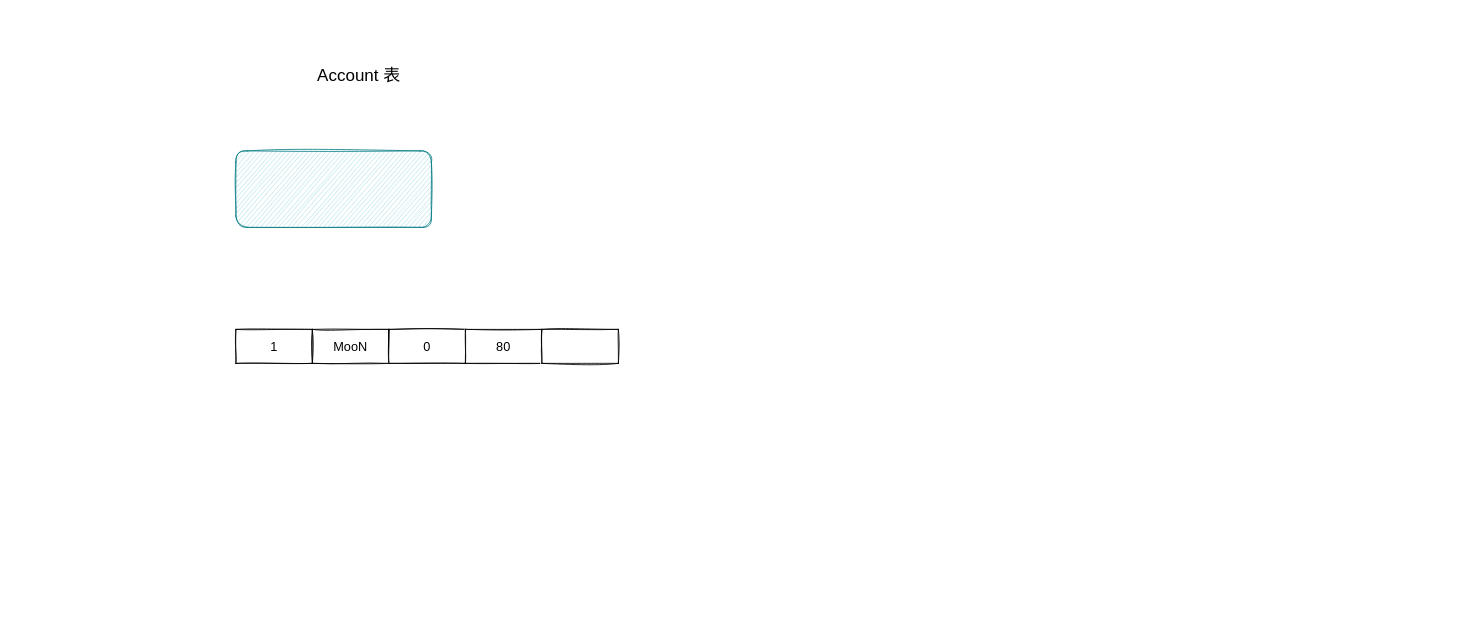
Before: resources/attachments/MySQL/流程图-MVCC多版本并发控制.drawio in MooNkirA/code-learning-note, a draw.io diagram. Source tidied: cells renumbered, new cells numbered last; positions are measured from the earlier drawing's top-left corner, leaving out a move shared by most shapes. Both pictures are drawn from the tidied source at 85%, with x=0, y=0 at pixel (235, 48).
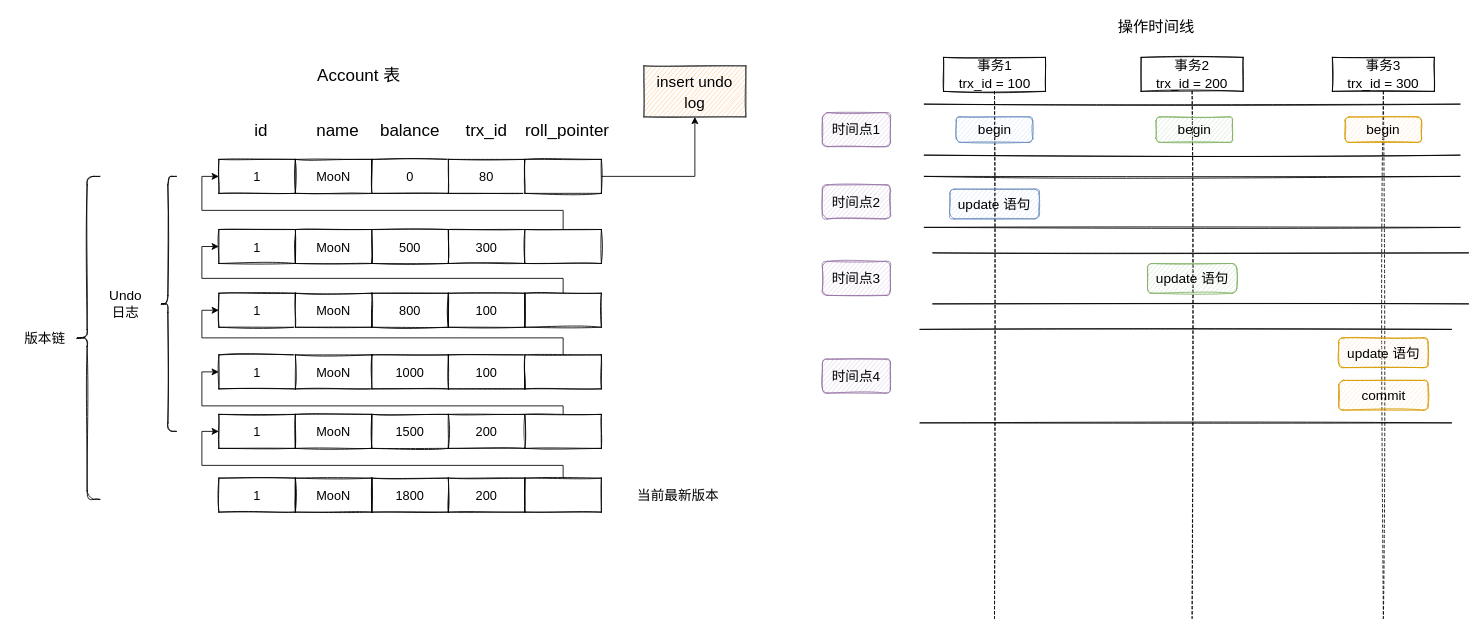
Above is the later version.

Commit message (it also covers changes not shown here):
update: mysql mvcc 原理笔记与流程图

Unchanged cells that the change refers to:
```xml
<mxCell id="5" value="1" style="rounded=0;whiteSpace=wrap;html=1;sketch=1;fillStyle=auto;fontSize=15;gradientColor=none;" parent="4" vertex="1">
  <mxGeometry width="90" height="40" as="geometry" />
</mxCell>
<mxCell id="9" style="rounded=0;whiteSpace=wrap;html=1;sketch=1;fillStyle=auto;fontSize=15;gradientColor=none;" parent="4" vertex="1">
  <mxGeometry x="360" width="90" height="40" as="geometry" />
</mxCell>
```

The edit, as a diff of the source:
```diff
@@
-    <mxCell id="2" style="rounded=1;whiteSpace=wrap;html=1;fillStyle=auto;sketch=1;fillColor=#b0e3e6;strokeColor=#0e8088;" parent="1" vertex="1">
-      <mxGeometry y="120" width="230" height="90" as="geometry" />
-    </mxCell>
+    <mxCell id="10" style="shape=partialRectangle;whiteSpace=wrap;html=1;left=0;right=0;fillColor=none;sketch=1;fontSize=16;" parent="1" vertex="1">
+      <mxGeometry x="820" y="240" width="630" height="60" as="geometry" />
+    </mxCell>
+    <mxCell id="11" style="shape=partialRectangle;whiteSpace=wrap;html=1;left=0;right=0;fillColor=none;sketch=1;fontSize=16;" parent="1" vertex="1">
+      <mxGeometry x="805" y="330" width="625" height="110" as="geometry" />
+    </mxCell>
+    <mxCell id="12" style="shape=partialRectangle;whiteSpace=wrap;html=1;left=0;right=0;fillColor=none;sketch=1;fontSize=16;" parent="1" vertex="1">
+      <mxGeometry x="810" y="65" width="630" height="60" as="geometry" />
+    </mxCell>
@@
-    <mxCell id="4" style="group;" parent="1" vertex="1">
-      <mxGeometry y="330" width="450" height="40" as="geometry" />
+    <mxCell id="4" style="group;sketch=1;" parent="1" vertex="1">
+      <mxGeometry x="-20" y="130" width="450" height="40" as="geometry" />
     </mxCell>
@@
+    <mxCell id="13" value="&lt;font style=&quot;font-size: 20px;&quot;&gt;id&lt;/font&gt;" style="text;html=1;strokeColor=none;fillColor=none;align=center;verticalAlign=middle;whiteSpace=wrap;rounded=0;sketch=1;" parent="1" vertex="1">
+      <mxGeometry y="80" width="60" height="30" as="geometry" />
+    </mxCell>
+    <mxCell id="14" value="&lt;font style=&quot;font-size: 20px;&quot;&gt;name&lt;/font&gt;" style="text;html=1;strokeColor=none;fillColor=none;align=center;verticalAlign=middle;whiteSpace=wrap;rounded=0;sketch=1;" parent="1" vertex="1">
+      <mxGeometry x="90" y="80" width="60" height="30" as="geometry" />
+    </mxCell>
+    <mxCell id="15" value="&lt;font style=&quot;font-size: 20px;&quot;&gt;balance&lt;/font&gt;" style="text;html=1;strokeColor=none;fillColor=none;align=center;verticalAlign=middle;whiteSpace=wrap;rounded=0;sketch=1;" parent="1" vertex="1">
+      <mxGeometry x="175" y="80" width="60" height="30" as="geometry" />
+    </mxCell>
+    <mxCell id="16" value="&lt;font style=&quot;font-size: 20px;&quot;&gt;trx_id&lt;/font&gt;" style="text;html=1;strokeColor=none;fillColor=none;align=center;verticalAlign=middle;whiteSpace=wrap;rounded=0;sketch=1;" parent="1" vertex="1">
+      <mxGeometry x="265" y="80" width="60" height="30" as="geometry" />
+    </mxCell>
+    <mxCell id="17" value="&lt;font style=&quot;font-size: 20px;&quot;&gt;roll_pointer&lt;/font&gt;" style="text;html=1;strokeColor=none;fillColor=none;align=center;verticalAlign=middle;whiteSpace=wrap;rounded=0;sketch=1;" parent="1" vertex="1">
+      <mxGeometry x="325" y="80" width="130" height="30" as="geometry" />
+    </mxCell>
+    <mxCell id="18" style="edgeStyle=orthogonalEdgeStyle;rounded=0;jettySize=auto;html=1;exitX=1;exitY=0.5;exitDx=0;exitDy=0;fontSize=20;" parent="1" edge="1" source="9" target="19">
+      <mxGeometry relative="1" as="geometry" />
+    </mxCell>
+    <mxCell id="19" value="&lt;font style=&quot;font-size: 18px;&quot;&gt;insert undo log&lt;/font&gt;" style="rounded=0;whiteSpace=wrap;html=1;sketch=1;fontSize=20;fillColor=#ffcc99;strokeColor=#36393d;" parent="1" vertex="1">
+      <mxGeometry x="480" y="20" width="120" height="60" as="geometry" />
+    </mxCell>
+    <mxCell id="20" value="操作时间线" style="text;html=1;strokeColor=none;fillColor=none;align=center;verticalAlign=middle;whiteSpace=wrap;rounded=0;sketch=1;fontSize=18;" parent="1" vertex="1">
+      <mxGeometry x="952.5" y="-40" width="260" height="30" as="geometry" />
+    </mxCell>
+    <mxCell id="21" value="&lt;font style=&quot;font-size: 16px;&quot;&gt;事务1&lt;br&gt;trx_id = 100&lt;/font&gt;" style="shape=umlLifeline;perimeter=lifelinePerimeter;whiteSpace=wrap;html=1;sketch=1;fontSize=18;" parent="1" vertex="1">
+      <mxGeometry x="832.5" y="10" width="120" height="660" as="geometry" />
+    </mxCell>
+    <mxCell id="22" value="begin" style="rounded=1;whiteSpace=wrap;html=1;sketch=1;fontSize=16;fillColor=#dae8fc;strokeColor=#6c8ebf;" parent="21" vertex="1">
+      <mxGeometry x="15" y="70" width="90" height="30" as="geometry" />
+    </mxCell>
+    <mxCell id="23" value="&lt;font style=&quot;font-size: 16px;&quot;&gt;事务2&lt;br&gt;trx_id = 200&lt;/font&gt;" style="shape=umlLifeline;perimeter=lifelinePerimeter;whiteSpace=wrap;html=1;sketch=1;fontSize=18;" parent="1" vertex="1">
+      <mxGeometry x="1065" y="10" width="120" height="660" as="geometry" />
+    </mxCell>
+    <mxCell id="24" value="begin" style="rounded=1;whiteSpace=wrap;html=1;sketch=1;fontSize=16;fillColor=#d5e8d4;strokeColor=#82b366;" parent="23" vertex="1">
+      <mxGeometry x="17.5" y="70" width="90" height="30" as="geometry" />
+    </mxCell>
+    <mxCell id="25" value="&lt;font style=&quot;font-size: 16px;&quot;&gt;事务3&lt;br&gt;trx_id = 300&lt;/font&gt;" style="shape=umlLifeline;perimeter=lifelinePerimeter;whiteSpace=wrap;html=1;sketch=1;fontSize=18;" parent="1" vertex="1">
+      <mxGeometry x="1290" y="10" width="120" height="660" as="geometry" />
+    </mxCell>
+    <mxCell id="26" value="begin" style="rounded=1;whiteSpace=wrap;html=1;sketch=1;fontSize=16;fillColor=#ffe6cc;strokeColor=#d79b00;" parent="25" vertex="1">
+      <mxGeometry x="15" y="70" width="90" height="30" as="geometry" />
+    </mxCell>
+    <mxCell id="27" value="commit" style="rounded=1;whiteSpace=wrap;html=1;sketch=1;fontSize=16;fillColor=#ffe6cc;strokeColor=#d79b00;" parent="25" vertex="1">
+      <mxGeometry x="7.5" y="380" width="105" height="35" as="geometry" />
+    </mxCell>
+    <mxCell id="28" value="update 语句" style="rounded=1;whiteSpace=wrap;html=1;sketch=1;fontSize=16;fillColor=#ffe6cc;strokeColor=#d79b00;" parent="25" vertex="1">
+      <mxGeometry x="7.5" y="330" width="105" height="35" as="geometry" />
+    </mxCell>
+    <mxCell id="29" value="时间点1" style="rounded=1;whiteSpace=wrap;html=1;sketch=1;fontSize=16;fillColor=#e1d5e7;strokeColor=#9673a6;" parent="1" vertex="1">
+      <mxGeometry x="690" y="75" width="80" height="40" as="geometry" />
+    </mxCell>
+    <mxCell id="30" value="时间点2" style="rounded=1;whiteSpace=wrap;html=1;sketch=1;fontSize=16;fillColor=#e1d5e7;strokeColor=#9673a6;" parent="1" vertex="1">
+      <mxGeometry x="690" y="160" width="80" height="40" as="geometry" />
+    </mxCell>
+    <mxCell id="31" style="shape=partialRectangle;whiteSpace=wrap;html=1;left=0;right=0;fillColor=none;sketch=1;fontSize=16;" parent="1" vertex="1">
+      <mxGeometry x="810" y="150" width="630" height="60" as="geometry" />
+    </mxCell>
+    <mxCell id="32" value="update 语句" style="rounded=1;whiteSpace=wrap;html=1;sketch=1;fontSize=16;fillColor=#dae8fc;strokeColor=#6c8ebf;" parent="1" vertex="1">
+      <mxGeometry x="840" y="165" width="105" height="35" as="geometry" />
+    </mxCell>
+    <mxCell id="33" value="update 语句" style="rounded=1;whiteSpace=wrap;html=1;sketch=1;fontSize=16;fillColor=#d5e8d4;strokeColor=#82b366;" parent="1" vertex="1">
+      <mxGeometry x="1072.5" y="252.5" width="105" height="35" as="geometry" />
+    </mxCell>
+    <mxCell id="34" value="时间点3" style="rounded=1;whiteSpace=wrap;html=1;sketch=1;fontSize=16;fillColor=#e1d5e7;strokeColor=#9673a6;" parent="1" vertex="1">
+      <mxGeometry x="690" y="250" width="80" height="40" as="geometry" />
+    </mxCell>
+    <mxCell id="35" value="时间点4" style="rounded=1;whiteSpace=wrap;html=1;sketch=1;fontSize=16;fillColor=#e1d5e7;strokeColor=#9673a6;" parent="1" vertex="1">
+      <mxGeometry x="690" y="365" width="80" height="40" as="geometry" />
+    </mxCell>
+    <mxCell id="36" style="group;sketch=1;" parent="1" vertex="1">
+      <mxGeometry x="-20" y="212.5" width="450" height="40" as="geometry" />
+    </mxCell>
+    <mxCell id="37" value="1" style="rounded=0;whiteSpace=wrap;html=1;sketch=1;fillStyle=auto;fontSize=15;gradientColor=none;" parent="36" vertex="1">
+      <mxGeometry width="90" height="40" as="geometry" />
+    </mxCell>
+    <mxCell id="38" value="MooN" style="rounded=0;whiteSpace=wrap;html=1;sketch=1;fillStyle=auto;fontSize=15;gradientColor=none;" parent="36" vertex="1">
+      <mxGeometry x="90" width="90" height="40" as="geometry" />
+    </mxCell>
+    <mxCell id="39" value="500" style="rounded=0;whiteSpace=wrap;html=1;sketch=1;fillStyle=auto;fontSize=15;gradientColor=none;" parent="36" vertex="1">
+      <mxGeometry x="180" width="90" height="40" as="geometry" />
+    </mxCell>
+    <mxCell id="40" value="300" style="rounded=0;whiteSpace=wrap;html=1;sketch=1;fillStyle=auto;fontSize=15;gradientColor=none;" parent="36" vertex="1">
+      <mxGeometry x="270" width="90" height="40" as="geometry" />
+    </mxCell>
+    <mxCell id="41" style="rounded=0;whiteSpace=wrap;html=1;sketch=1;fillStyle=auto;fontSize=15;gradientColor=none;" parent="36" vertex="1">
+      <mxGeometry x="360" width="90" height="40" as="geometry" />
+    </mxCell>
+    <mxCell id="42" style="edgeStyle=orthogonalEdgeStyle;rounded=0;jettySize=auto;html=1;entryX=0;entryY=0.5;entryDx=0;entryDy=0;fontSize=16;" parent="1" edge="1" source="41" target="5">
+      <mxGeometry relative="1" as="geometry">
+        <Array as="points">
+          <mxPoint x="385" y="190" />
+          <mxPoint x="-40" y="190" />
+          <mxPoint x="-40" y="150" />
+        </Array>
+      </mxGeometry>
+    </mxCell>
+    <mxCell id="43" style="group;sketch=1;" parent="1" vertex="1">
+      <mxGeometry x="-20" y="287.5" width="450" height="40" as="geometry" />
+    </mxCell>
+    <mxCell id="44" value="1" style="rounded=0;whiteSpace=wrap;html=1;sketch=1;fillStyle=auto;fontSize=15;gradientColor=none;" parent="43" vertex="1">
+      <mxGeometry width="90" height="40" as="geometry" />
+    </mxCell>
+    <mxCell id="45" value="MooN" style="rounded=0;whiteSpace=wrap;html=1;sketch=1;fillStyle=auto;fontSize=15;gradientColor=none;" parent="43" vertex="1">
+      <mxGeometry x="90" width="90" height="40" as="geometry" />
+    </mxCell>
+    <mxCell id="46" value="800" style="rounded=0;whiteSpace=wrap;html=1;sketch=1;fillStyle=auto;fontSize=15;gradientColor=none;" parent="43" vertex="1">
+      <mxGeometry x="180" width="90" height="40" as="geometry" />
+    </mxCell>
+    <mxCell id="47" value="100" style="rounded=0;whiteSpace=wrap;html=1;sketch=1;fillStyle=auto;fontSize=15;gradientColor=none;" parent="43" vertex="1">
+      <mxGeometry x="270" width="90" height="40" as="geometry" />
+    </mxCell>
+    <mxCell id="48" style="rounded=0;whiteSpace=wrap;html=1;sketch=1;fillStyle=auto;fontSize=15;gradientColor=none;" parent="43" vertex="1">
+      <mxGeometry x="360" width="90" height="40" as="geometry" />
+    </mxCell>
+    <mxCell id="49" style="group;sketch=1;" parent="1" vertex="1">
+      <mxGeometry x="-20" y="360" width="450" height="40" as="geometry" />
+    </mxCell>
+    <mxCell id="50" value="1" style="rounded=0;whiteSpace=wrap;html=1;sketch=1;fillStyle=auto;fontSize=15;gradientColor=none;" parent="49" vertex="1">
+      <mxGeometry width="90" height="40" as="geometry" />
+    </mxCell>
+    <mxCell id="51" value="MooN" style="rounded=0;whiteSpace=wrap;html=1;sketch=1;fillStyle=auto;fontSize=15;gradientColor=none;" parent="49" vertex="1">
+      <mxGeometry x="90" width="90" height="40" as="geometry" />
+    </mxCell>
+    <mxCell id="52" value="1000" style="rounded=0;whiteSpace=wrap;html=1;sketch=1;fillStyle=auto;fontSize=15;gradientColor=none;" parent="49" vertex="1">
+      <mxGeometry x="180" width="90" height="40" as="geometry" />
+    </mxCell>
+    <mxCell id="53" value="100" style="rounded=0;whiteSpace=wrap;html=1;sketch=1;fillStyle=auto;fontSize=15;gradientColor=none;" parent="49" vertex="1">
+      <mxGeometry x="270" width="90" height="40" as="geometry" />
+    </mxCell>
+    <mxCell id="54" style="rounded=0;whiteSpace=wrap;html=1;sketch=1;fillStyle=auto;fontSize=15;gradientColor=none;" parent="49" vertex="1">
+      <mxGeometry x="360" width="90" height="40" as="geometry" />
+    </mxCell>
+    <mxCell id="55" style="group;sketch=1;" parent="1" vertex="1">
+      <mxGeometry x="-20" y="430" width="450" height="40" as="geometry" />
+    </mxCell>
+    <mxCell id="56" value="1" style="rounded=0;whiteSpace=wrap;html=1;sketch=1;fillStyle=auto;fontSize=15;gradientColor=none;" parent="55" vertex="1">
+      <mxGeometry width="90" height="40" as="geometry" />
+    </mxCell>
+    <mxCell id="57" value="MooN" style="rounded=0;whiteSpace=wrap;html=1;sketch=1;fillStyle=auto;fontSize=15;gradientColor=none;" parent="55" vertex="1">
+      <mxGeometry x="90" width="90" height="40" as="geometry" />
+    </mxCell>
+    <mxCell id="58" value="1500" style="rounded=0;whiteSpace=wrap;html=1;sketch=1;fillStyle=auto;fontSize=15;gradientColor=none;" parent="55" vertex="1">
+      <mxGeometry x="180" width="90" height="40" as="geometry" />
+    </mxCell>
+    <mxCell id="59" value="200" style="rounded=0;whiteSpace=wrap;html=1;sketch=1;fillStyle=auto;fontSize=15;gradientColor=none;" parent="55" vertex="1">
+      <mxGeometry x="270" width="90" height="40" as="geometry" />
+    </mxCell>
+    <mxCell id="60" style="rounded=0;whiteSpace=wrap;html=1;sketch=1;fillStyle=auto;fontSize=15;gradientColor=none;" parent="55" vertex="1">
+      <mxGeometry x="360" width="90" height="40" as="geometry" />
+    </mxCell>
+    <mxCell id="61" style="group;sketch=1;" parent="1" vertex="1">
+      <mxGeometry x="-20" y="505" width="450" height="40" as="geometry" />
+    </mxCell>
+    <mxCell id="62" value="1" style="rounded=0;whiteSpace=wrap;html=1;sketch=1;fillStyle=auto;fontSize=15;gradientColor=none;" parent="61" vertex="1">
+      <mxGeometry width="90" height="40" as="geometry" />
+    </mxCell>
+    <mxCell id="63" value="MooN" style="rounded=0;whiteSpace=wrap;html=1;sketch=1;fillStyle=auto;fontSize=15;gradientColor=none;" parent="61" vertex="1">
+      <mxGeometry x="90" width="90" height="40" as="geometry" />
+    </mxCell>
+    <mxCell id="64" value="1800" style="rounded=0;whiteSpace=wrap;html=1;sketch=1;fillStyle=auto;fontSize=15;gradientColor=none;" parent="61" vertex="1">
+      <mxGeometry x="180" width="90" height="40" as="geometry" />
+    </mxCell>
+    <mxCell id="65" value="200" style="rounded=0;whiteSpace=wrap;html=1;sketch=1;fillStyle=auto;fontSize=15;gradientColor=none;" parent="61" vertex="1">
+      <mxGeometry x="270" width="90" height="40" as="geometry" />
+    </mxCell>
+    <mxCell id="66" style="rounded=0;whiteSpace=wrap;html=1;sketch=1;fillStyle=auto;fontSize=15;gradientColor=none;" parent="61" vertex="1">
+      <mxGeometry x="360" width="90" height="40" as="geometry" />
+    </mxCell>
+    <mxCell id="67" style="edgeStyle=orthogonalEdgeStyle;rounded=0;jettySize=auto;html=1;entryX=0;entryY=0.5;entryDx=0;entryDy=0;fontSize=16;" parent="1" edge="1" source="66" target="56">
+      <mxGeometry relative="1" as="geometry">
+        <Array as="points">
+          <mxPoint x="385" y="490" />
+          <mxPoint x="-40" y="490" />
+          <mxPoint x="-40" y="450" />
+        </Array>
+      </mxGeometry>
+    </mxCell>
+    <mxCell id="68" style="edgeStyle=orthogonalEdgeStyle;rounded=0;jettySize=auto;html=1;entryX=0;entryY=0.5;entryDx=0;entryDy=0;fontSize=16;" parent="1" edge="1" source="60" target="50">
+      <mxGeometry relative="1" as="geometry">
+        <Array as="points">
+          <mxPoint x="385" y="420" />
+          <mxPoint x="-40" y="420" />
+          <mxPoint x="-40" y="380" />
+        </Array>
+      </mxGeometry>
+    </mxCell>
+    <mxCell id="69" style="edgeStyle=orthogonalEdgeStyle;rounded=0;jettySize=auto;html=1;entryX=0;entryY=0.5;entryDx=0;entryDy=0;fontSize=16;" parent="1" edge="1" source="54" target="44">
+      <mxGeometry relative="1" as="geometry">
+        <Array as="points">
+          <mxPoint x="385" y="340" />
+          <mxPoint x="-40" y="340" />
+          <mxPoint x="-40" y="308" />
+        </Array>
+      </mxGeometry>
+    </mxCell>
+    <mxCell id="70" style="edgeStyle=orthogonalEdgeStyle;rounded=0;jettySize=auto;html=1;entryX=0;entryY=0.5;entryDx=0;entryDy=0;fontSize=16;" parent="1" edge="1" source="48" target="37">
+      <mxGeometry relative="1" as="geometry">
+        <Array as="points">
+          <mxPoint x="385" y="270" />
+          <mxPoint x="-40" y="270" />
+          <mxPoint x="-40" y="233" />
+        </Array>
+      </mxGeometry>
+    </mxCell>
+    <mxCell id="71" value="当前最新版本" style="text;html=1;align=center;verticalAlign=middle;strokeColor=none;fillColor=none;fontSize=16;" parent="1" vertex="1">
+      <mxGeometry x="460" y="510" width="120" height="30" as="geometry" />
+    </mxCell>
+    <mxCell id="72" style="shape=curlyBracket;whiteSpace=wrap;html=1;rounded=1;labelPosition=left;verticalLabelPosition=middle;align=right;verticalAlign=middle;sketch=1;fontSize=16;" parent="1" vertex="1">
+      <mxGeometry x="-90" y="150" width="20" height="300" as="geometry" />
+    </mxCell>
+    <mxCell id="73" value="Undo&lt;br&gt;日志" style="text;html=1;align=center;verticalAlign=middle;strokeColor=none;fillColor=none;fontSize=16;" parent="1" vertex="1">
+      <mxGeometry x="-160" y="275" width="60" height="50" as="geometry" />
+    </mxCell>
+    <mxCell id="74" style="shape=curlyBracket;whiteSpace=wrap;html=1;rounded=1;labelPosition=left;verticalLabelPosition=middle;align=right;verticalAlign=middle;sketch=1;fontSize=16;" parent="1" vertex="1">
+      <mxGeometry x="-190" y="150" width="30" height="380" as="geometry" />
+    </mxCell>
+    <mxCell id="75" value="版本链" style="text;html=1;align=center;verticalAlign=middle;strokeColor=none;fillColor=none;fontSize=16;" parent="1" vertex="1">
+      <mxGeometry x="-260" y="325" width="70" height="30" as="geometry" />
+    </mxCell>
```
